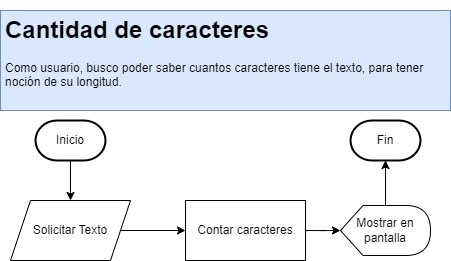
This is webtools/CantidadDeCaracteres.png from Alfacoy/Diagramas, a draw.io export, as it was before one commit. Source tidied: cells renumbered, new cells last; positions are measured from the earlier drawing's top-left corner, leaving out a move shared by most shapes. The source it was exported from:
```xml
<mxGraphModel background="#FFFFFF">
  <root>
    <mxCell id="0" />
    <mxCell id="1" parent="0" />
    <mxCell id="2" value="&lt;h1&gt;Cantidad de caracteres&lt;/h1&gt;&lt;p&gt;Como usuario, busco poder saber cuantos caracteres tiene el texto, para tener noción de su longitud.&lt;/p&gt;" style="text;html=1;strokeColor=#6c8ebf;fillColor=#dae8fc;spacing=5;spacingTop=-20;whiteSpace=wrap;overflow=hidden;rounded=0;" parent="1" vertex="1">
      <mxGeometry width="450" height="100" as="geometry" />
    </mxCell>
    <mxCell id="3" style="edgeStyle=orthogonalEdgeStyle;rounded=0;jettySize=auto;html=1;exitX=0.5;exitY=1;exitDx=0;exitDy=0;exitPerimeter=0;" parent="1" edge="1" source="4">
      <mxGeometry relative="1" as="geometry">
        <mxPoint x="70" y="190" as="targetPoint" />
      </mxGeometry>
    </mxCell>
    <mxCell id="4" value="Inicio" style="strokeWidth=2;html=1;shape=mxgraph.flowchart.terminator;whiteSpace=wrap;rounded=0;fillColor=none;" parent="1" vertex="1">
      <mxGeometry x="35" y="110" width="70" height="40" as="geometry" />
    </mxCell>
    <mxCell id="5" style="edgeStyle=orthogonalEdgeStyle;rounded=0;jettySize=auto;html=1;" parent="1" edge="1" source="6" target="10">
      <mxGeometry relative="1" as="geometry" />
    </mxCell>
    <mxCell id="6" value="Contar caracteres" style="rounded=0;whiteSpace=wrap;html=1;fillColor=none;" parent="1" vertex="1">
      <mxGeometry x="185" y="190" width="120" height="60" as="geometry" />
    </mxCell>
    <mxCell id="7" style="edgeStyle=orthogonalEdgeStyle;rounded=0;jettySize=auto;html=1;" parent="1" edge="1" source="8" target="6">
      <mxGeometry relative="1" as="geometry" />
    </mxCell>
    <mxCell id="8" value="Solicitar Texto" style="shape=parallelogram;perimeter=parallelogramPerimeter;whiteSpace=wrap;html=1;fixedSize=1;rounded=0;fillColor=none;" parent="1" vertex="1">
      <mxGeometry x="10" y="190" width="120" height="60" as="geometry" />
    </mxCell>
    <mxCell id="9" style="edgeStyle=orthogonalEdgeStyle;rounded=0;jettySize=auto;html=1;" parent="1" edge="1" source="10" target="11">
      <mxGeometry relative="1" as="geometry" />
    </mxCell>
    <mxCell id="10" value="Mostrar en pantalla" style="shape=display;whiteSpace=wrap;html=1;rounded=0;fillColor=none;" parent="1" vertex="1">
      <mxGeometry x="340" y="195" width="90" height="50" as="geometry" />
    </mxCell>
    <mxCell id="11" value="Fin" style="strokeWidth=2;html=1;shape=mxgraph.flowchart.terminator;whiteSpace=wrap;rounded=0;fillColor=none;" parent="1" vertex="1">
      <mxGeometry x="350" y="110" width="70" height="40" as="geometry" />
    </mxCell>
  </root>
</mxGraphModel>
```
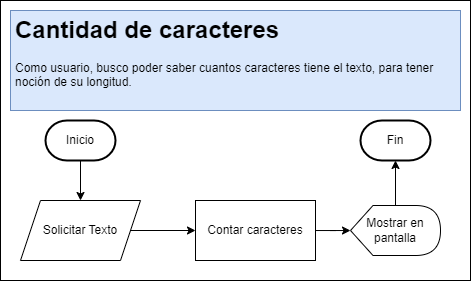
Above is the later version.

The edit, as a diff of the source:
```diff
@@ -2,6 +2,9 @@
   <root>
     <mxCell id="0" />
     <mxCell id="1" parent="0" />
+    <mxCell id="12" style="rounded=0;whiteSpace=wrap;html=1;" parent="1" vertex="1">
+      <mxGeometry x="-10" y="-10" width="470" height="280" as="geometry" />
+    </mxCell>
     <mxCell id="2" value="&lt;h1&gt;Cantidad de caracteres&lt;/h1&gt;&lt;p&gt;Como usuario, busco poder saber cuantos caracteres tiene el texto, para tener noción de su longitud.&lt;/p&gt;" style="text;html=1;strokeColor=#6c8ebf;fillColor=#dae8fc;spacing=5;spacingTop=-20;whiteSpace=wrap;overflow=hidden;rounded=0;" parent="1" vertex="1">
       <mxGeometry width="450" height="100" as="geometry" />
     </mxCell>
```
